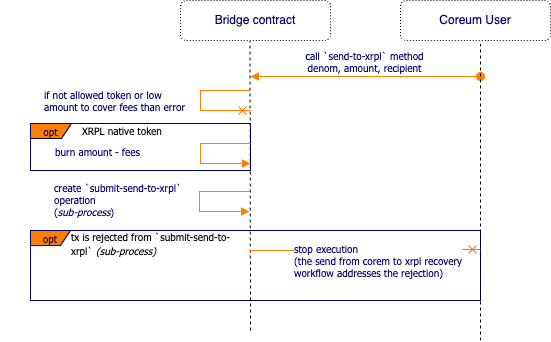
Earlier version of the draw.io export spec/img/send-from-coreum-to-XRPL.png (CoreumFoundation/coreumbridge-xrpl). Source tidied: cells renumbered, new cells last; positions are measured from the earlier drawing's top-left corner, leaving out a move shared by most shapes.
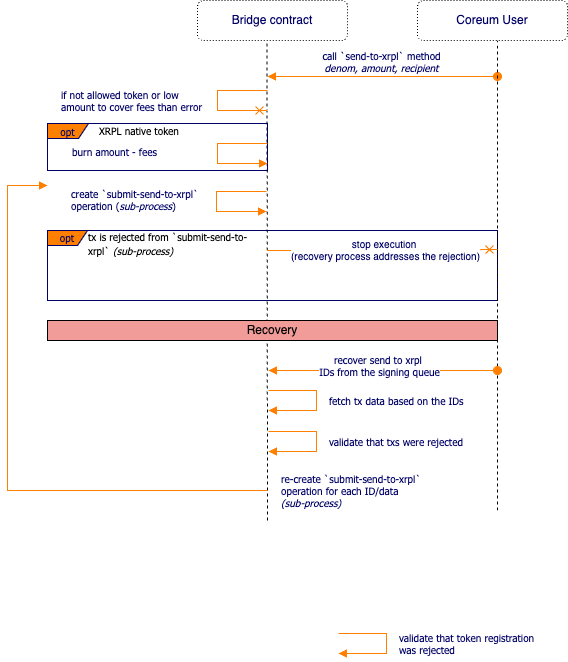
The same file after the commit.

Commit message:
Add recovery for the workflows.

What changed in the source:
```diff
@@ -8,7 +8,7 @@
     <mxCell id="3" value="Bridge contract" style="rounded=1;whiteSpace=wrap;html=1;fillColor=none;dashed=1;fontColor=#000066;dashPattern=1 2;" parent="1" vertex="1">
       <mxGeometry x="180" width="150" height="40" as="geometry" />
     </mxCell>
-    <mxCell id="4" value="call `send-to-xrpl` method&lt;br&gt;denom, amount, recipient" style="html=1;verticalAlign=bottom;startArrow=oval;startFill=1;endArrow=block;startSize=8;strokeColor=#FF8000;fontFamily=Tahoma;fontSize=10;fontColor=#000066;" parent="1" edge="1">
+    <mxCell id="4" value="call `send-to-xrpl` method&lt;br&gt;&lt;i&gt;denom, amount, recipient&lt;/i&gt;" style="html=1;verticalAlign=bottom;startArrow=oval;startFill=1;endArrow=block;startSize=8;strokeColor=#FF8000;fontFamily=Tahoma;fontSize=10;fontColor=#000066;" parent="1" edge="1">
       <mxGeometry x="0.01" relative="1" as="geometry">
         <mxPoint x="480" y="76" as="sourcePoint" />
         <mxPoint x="250" y="76" as="targetPoint" />
@@ -22,13 +22,13 @@
     </mxCell>
     <mxCell id="7" style="endArrow=none;dashed=1;html=1;rounded=0;" parent="1" edge="1">
       <mxGeometry relative="1" as="geometry">
-        <mxPoint x="250" y="330" as="sourcePoint" />
+        <mxPoint x="250" y="520" as="sourcePoint" />
         <mxPoint x="249.5" y="40" as="targetPoint" />
       </mxGeometry>
     </mxCell>
     <mxCell id="8" style="endArrow=none;dashed=1;html=1;rounded=0;" parent="1" edge="1">
       <mxGeometry relative="1" as="geometry">
-        <mxPoint x="480" y="340" as="sourcePoint" />
+        <mxPoint x="480" y="510" as="sourcePoint" />
         <mxPoint x="480" y="40" as="targetPoint" />
       </mxGeometry>
     </mxCell>
@@ -45,7 +45,7 @@
         </Array>
       </mxGeometry>
     </mxCell>
-    <mxCell id="11" value="create `submit-send-to-xrpl`&lt;br style=&quot;border-color: var(--border-color);&quot;&gt;operation&amp;nbsp;&lt;br&gt;(&lt;i style=&quot;border-color: var(--border-color);&quot;&gt;sub-process&lt;/i&gt;)" style="edgeStyle=orthogonalEdgeStyle;html=1;align=left;spacingLeft=2;endArrow=block;rounded=0;strokeColor=#FF8000;fontFamily=Tahoma;fontSize=10;fontColor=#000066;endFill=1;" parent="1" edge="1">
+    <mxCell id="11" value="create `submit-send-to-xrpl`&lt;br style=&quot;border-color: var(--border-color);&quot;&gt;operation&amp;nbsp;(&lt;i style=&quot;border-color: var(--border-color);&quot;&gt;sub-process&lt;/i&gt;)" style="edgeStyle=orthogonalEdgeStyle;html=1;align=left;spacingLeft=2;endArrow=block;rounded=0;strokeColor=#FF8000;fontFamily=Tahoma;fontSize=10;fontColor=#000066;endFill=1;" parent="1" edge="1">
       <mxGeometry x="-0.03" y="-149" relative="1" as="geometry">
         <mxPoint x="249" y="191" as="sourcePoint" />
         <mxPoint x="249" y="211" as="targetPoint" />
@@ -58,8 +58,8 @@
     <mxCell id="12" value="opt" style="shape=umlFrame;whiteSpace=wrap;html=1;strokeColor=#000066;fillColor=#FF8000;fontFamily=Tahoma;fontSize=10;fontColor=#000066;align=center;width=41;height=15;" parent="1" vertex="1">
       <mxGeometry x="30" y="123" width="220" height="47" as="geometry" />
     </mxCell>
-    <mxCell id="13" value="stop execution&amp;nbsp;&lt;br&gt;(the send from corem to xrpl recovery &lt;br&gt;workflow addresses the rejection)" style="edgeStyle=orthogonalEdgeStyle;html=1;align=left;spacingLeft=2;endArrow=cross;rounded=0;strokeColor=#FF8000;fontFamily=Tahoma;fontSize=10;fontColor=#000066;endFill=0;" parent="1" edge="1">
-      <mxGeometry x="-0.65" y="-10" relative="1" as="geometry">
+    <mxCell id="13" value="&lt;div style=&quot;border-color: var(--border-color); font-family: Helvetica; text-align: center;&quot;&gt;stop execution&amp;nbsp;&lt;/div&gt;&lt;div style=&quot;border-color: var(--border-color); font-family: Helvetica; text-align: center;&quot;&gt;(recovery process addresses the rejection)&lt;/div&gt;" style="edgeStyle=orthogonalEdgeStyle;html=1;align=left;spacingLeft=2;endArrow=cross;rounded=0;strokeColor=#FF8000;fontFamily=Tahoma;fontSize=10;fontColor=#000066;endFill=0;" parent="1" edge="1">
+      <mxGeometry x="-0.82" y="1" relative="1" as="geometry">
         <mxPoint x="250" y="249" as="sourcePoint" />
         <mxPoint x="480" y="249" as="targetPoint" />
         <Array as="points">
@@ -84,5 +84,55 @@
         </Array>
       </mxGeometry>
     </mxCell>
+    <mxCell id="17" value="&lt;span style=&quot;border-color: var(--border-color); text-align: center;&quot;&gt;validate that txs were rejected&lt;br&gt;&lt;/span&gt;" style="edgeStyle=orthogonalEdgeStyle;html=1;align=left;spacingLeft=2;endArrow=block;rounded=0;strokeColor=#FF8000;fontFamily=Tahoma;fontSize=10;fontColor=#000066;endFill=1;" parent="1" edge="1">
+      <mxGeometry x="0.01" y="9" relative="1" as="geometry">
+        <mxPoint x="251" y="431" as="sourcePoint" />
+        <mxPoint x="251" y="451" as="targetPoint" />
+        <Array as="points">
+          <mxPoint x="299" y="431" />
+          <mxPoint x="299" y="451" />
+        </Array>
+      </mxGeometry>
+    </mxCell>
+    <mxCell id="18" value="Recovery" style="rounded=0;whiteSpace=wrap;html=1;fillColor=#F19C99;" parent="1" vertex="1">
+      <mxGeometry x="30" y="320" width="450" height="20" as="geometry" />
+    </mxCell>
+    <mxCell id="19" value="recover send to xrpl&amp;nbsp;&lt;br&gt;IDs from the signing queue" style="html=1;verticalAlign=bottom;startArrow=oval;startFill=1;endArrow=block;startSize=8;strokeColor=#FF8000;fontFamily=Tahoma;fontSize=10;fontColor=#000066;" parent="1" edge="1">
+      <mxGeometry x="0.03" y="10" relative="1" as="geometry">
+        <mxPoint x="480" y="370" as="sourcePoint" />
+        <mxPoint x="251" y="370" as="targetPoint" />
+      </mxGeometry>
+    </mxCell>
+    <mxCell id="20" value="&lt;span style=&quot;border-color: var(--border-color); text-align: center;&quot;&gt;re-create `submit-send-to-xrpl`&lt;br style=&quot;border-color: var(--border-color); text-align: left;&quot;&gt;&lt;span style=&quot;text-align: left;&quot;&gt;operation for each ID/data&lt;br&gt;&lt;/span&gt;&lt;i style=&quot;border-color: var(--border-color); text-align: left;&quot;&gt;(sub-process)&lt;/i&gt;&lt;br&gt;&lt;/span&gt;" style="edgeStyle=orthogonalEdgeStyle;html=1;align=left;spacingLeft=2;endArrow=block;rounded=0;strokeColor=#FF8000;fontFamily=Tahoma;fontSize=10;fontColor=#000066;endFill=1;" parent="1" edge="1">
+      <mxGeometry x="-1" y="-10" relative="1" as="geometry">
+        <mxPoint x="250" y="490" as="sourcePoint" />
+        <mxPoint x="30" y="185" as="targetPoint" />
+        <Array as="points">
+          <mxPoint x="-10" y="490" />
+          <mxPoint x="-10" y="185" />
+        </Array>
+        <mxPoint x="10" y="10" as="offset" />
+      </mxGeometry>
+    </mxCell>
+    <mxCell id="21" value="&lt;span style=&quot;border-color: var(--border-color); text-align: center;&quot;&gt;validate that token registration &lt;br&gt;was rejected&lt;br&gt;&lt;/span&gt;" style="edgeStyle=orthogonalEdgeStyle;html=1;align=left;spacingLeft=2;endArrow=block;rounded=0;strokeColor=#FF8000;fontFamily=Tahoma;fontSize=10;fontColor=#000066;endFill=1;" parent="1" edge="1">
+      <mxGeometry x="0.01" y="9" relative="1" as="geometry">
+        <mxPoint x="321" y="633" as="sourcePoint" />
+        <mxPoint x="321" y="653" as="targetPoint" />
+        <Array as="points">
+          <mxPoint x="369" y="633" />
+          <mxPoint x="369" y="653" />
+        </Array>
+      </mxGeometry>
+    </mxCell>
+    <mxCell id="22" value="&lt;span style=&quot;border-color: var(--border-color); text-align: center;&quot;&gt;fetch tx data based on the IDs&lt;br&gt;&lt;/span&gt;" style="edgeStyle=orthogonalEdgeStyle;html=1;align=left;spacingLeft=2;endArrow=block;rounded=0;strokeColor=#FF8000;fontFamily=Tahoma;fontSize=10;fontColor=#000066;endFill=1;" parent="1" edge="1">
+      <mxGeometry x="0.01" y="9" relative="1" as="geometry">
+        <mxPoint x="251" y="390" as="sourcePoint" />
+        <mxPoint x="251" y="410" as="targetPoint" />
+        <Array as="points">
+          <mxPoint x="299" y="390" />
+          <mxPoint x="299" y="410" />
+        </Array>
+      </mxGeometry>
+    </mxCell>
   </root>
 </mxGraphModel>
```
